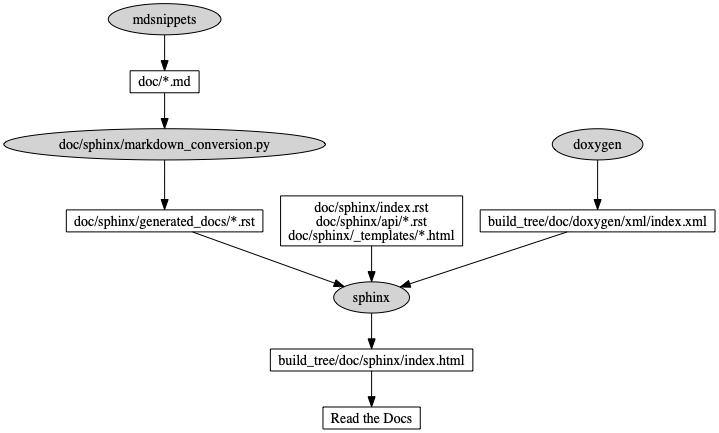
Above: doc/images/sphinx_flow.png in approvals/ApprovalTests.cpp (Graphviz), before the change. Its source is kept beside it as doc/images/source/sphinx_flow.dot.
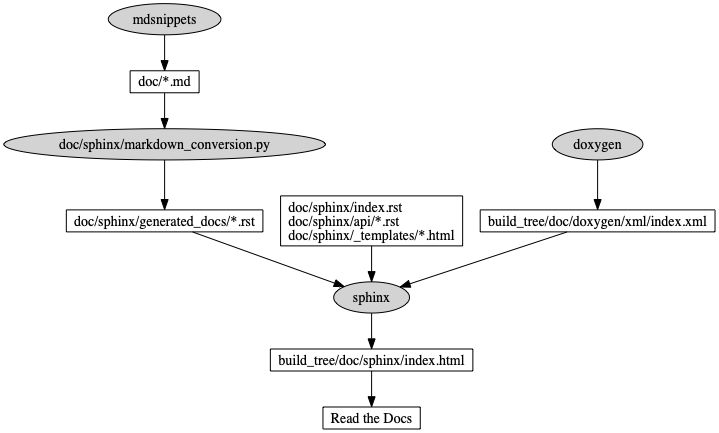
After the commit.

What changed in the source:
```diff
@@ -7,7 +7,7 @@
     "doxygen" [shape = oval, fillcolor = lightgray, style = filled]
     "sphinx" [shape = oval, fillcolor = lightgray, style = filled]
 
-    "source_rst" [label = "doc/sphinx/index.rst\ndoc/sphinx/api/*.rst\ndoc/sphinx/_templates/*.html"]
+    "source_rst" [label = "doc/sphinx/index.rst\ldoc/sphinx/api/*.rst\ldoc/sphinx/_templates/*.html"]
     "source_rst" -> "sphinx"
 
     "docs_md" [label = "doc/*.md"]
```
